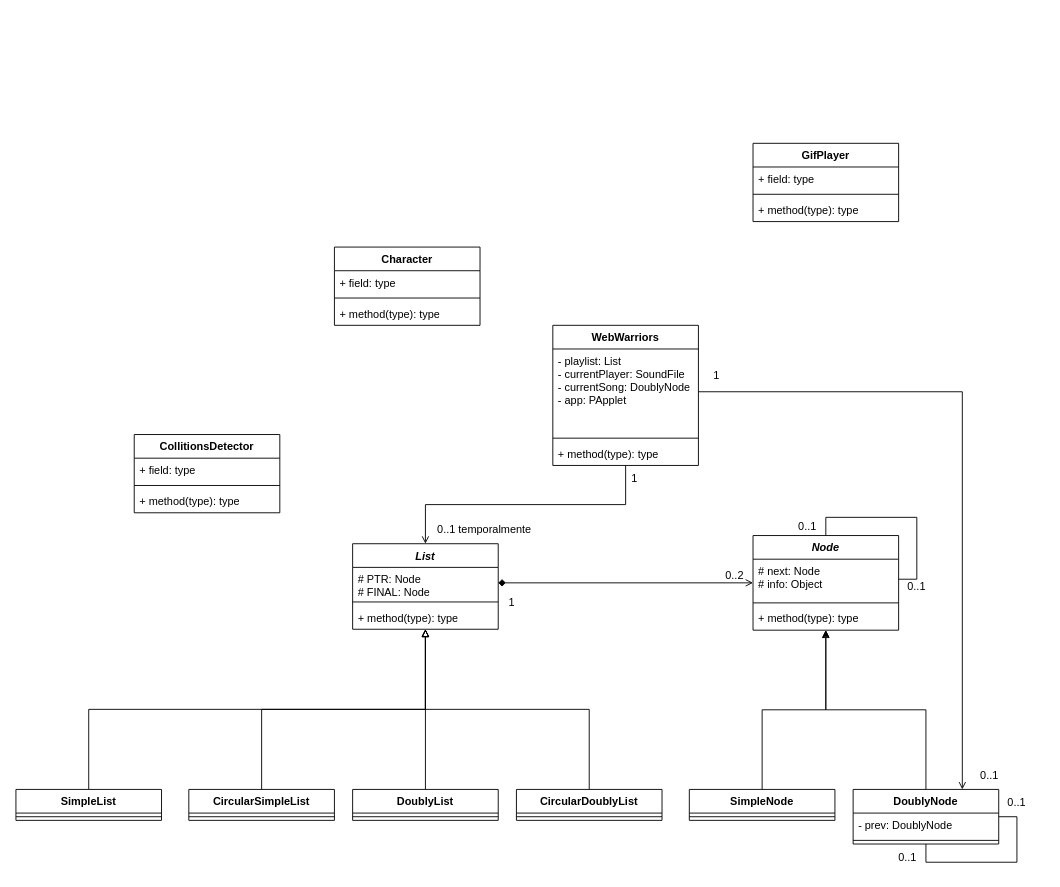
Earlier version of the draw.io diagram Web warriors.drawio (Ally2403/Web-Warriors). Source tidied: cells renumbered, new cells numbered last; positions are measured from the earlier drawing's top-left corner, leaving out a move shared by most shapes. Both pictures are drawn from the tidied source at 91%, with x=0, y=0 at pixel (15, 143).
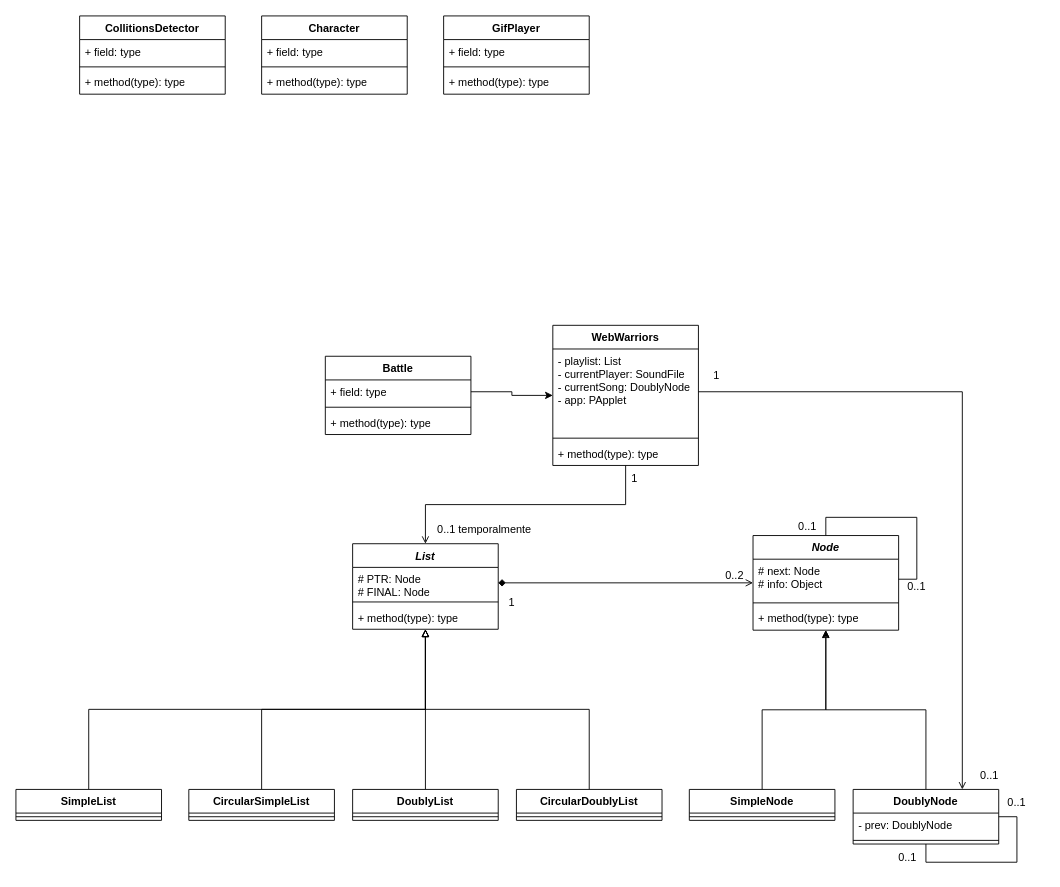
The same diagram, later.

The change refers to these unchanged cells:
```xml
<mxCell id="2" value="WebWarriors" style="swimlane;fontStyle=1;align=center;verticalAlign=top;horizontal=1;startSize=26;whiteSpace=wrap;html=1;" parent="1" vertex="1">
  <mxGeometry x="590" y="200" width="160" height="154" as="geometry" />
</mxCell>
```

What changed in the source:
```diff
@@
     <mxCell id="36" value="Character" style="swimlane;fontStyle=1;align=center;verticalAlign=top;horizontal=1;startSize=26;whiteSpace=wrap;html=1;" parent="1" vertex="1">
-      <mxGeometry x="350" y="114" width="160" height="86" as="geometry" />
+      <mxGeometry x="270" y="-140" width="160" height="86" as="geometry" />
     </mxCell>
@@
     <mxCell id="40" value="GifPlayer" style="swimlane;fontStyle=1;align=center;verticalAlign=top;horizontal=1;startSize=26;whiteSpace=wrap;html=1;" parent="1" vertex="1">
-      <mxGeometry x="810" width="160" height="86" as="geometry" />
+      <mxGeometry x="470" y="-140" width="160" height="86" as="geometry" />
     </mxCell>
@@
     <mxCell id="44" value="CollitionsDetector" style="swimlane;fontStyle=1;align=center;verticalAlign=top;horizontal=1;startSize=26;whiteSpace=wrap;html=1;" parent="1" vertex="1">
-      <mxGeometry x="130" y="320" width="160" height="86" as="geometry" />
+      <mxGeometry x="70" y="-140" width="160" height="86" as="geometry" />
     </mxCell>
@@
+    <mxCell id="60" value="Battle" style="swimlane;fontStyle=1;align=center;verticalAlign=top;horizontal=1;startSize=26;whiteSpace=wrap;html=1;" parent="1" vertex="1">
+      <mxGeometry x="340" y="234" width="160" height="86" as="geometry" />
+    </mxCell>
+    <mxCell id="61" value="+ field: type" style="text;strokeColor=none;fillColor=none;align=left;verticalAlign=top;spacingLeft=4;spacingRight=4;overflow=hidden;points=[[0,0.5],[1,0.5]];portConstraint=eastwest;whiteSpace=wrap;html=1;" parent="60" vertex="1">
+      <mxGeometry y="26" width="160" height="26" as="geometry" />
+    </mxCell>
+    <mxCell id="62" style="line;strokeWidth=1;fillColor=none;align=left;verticalAlign=middle;spacingTop=-1;spacingLeft=3;spacingRight=3;labelPosition=right;strokeColor=inherit;" parent="60" vertex="1">
+      <mxGeometry y="52" width="160" height="8" as="geometry" />
+    </mxCell>
+    <mxCell id="63" value="+ method(type): type" style="text;strokeColor=none;fillColor=none;align=left;verticalAlign=top;spacingLeft=4;spacingRight=4;overflow=hidden;whiteSpace=wrap;html=1;" parent="60" vertex="1">
+      <mxGeometry y="60" width="160" height="26" as="geometry" />
+    </mxCell>
+    <mxCell id="64" style="edgeStyle=orthogonalEdgeStyle;rounded=0;jettySize=auto;html=1;exitX=1;exitY=0.5;exitDx=0;exitDy=0;" parent="1" edge="1" source="61" target="2">
+      <mxGeometry relative="1" as="geometry" />
+    </mxCell>
```
